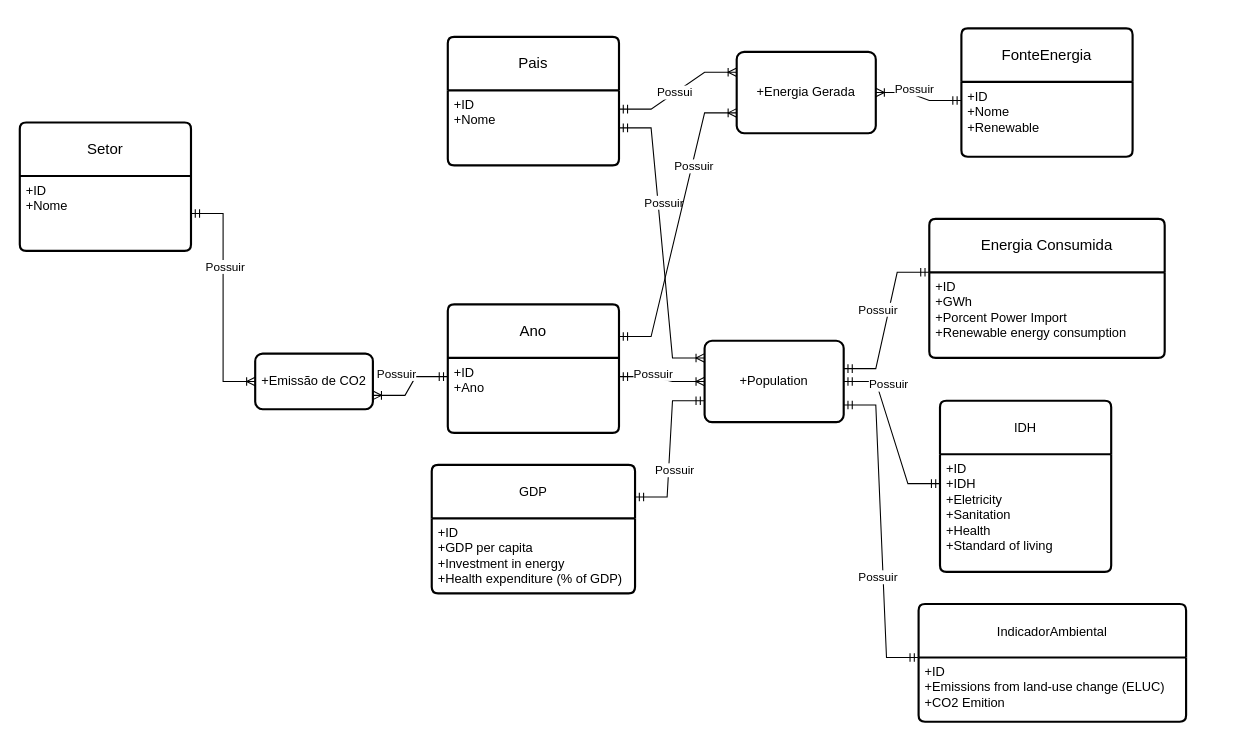
Before: Modelos/modeloConceitual.drawio.xml in AnaBeatrizHidalgo/First-Database-, a draw.io diagram. Source tidied: cells renumbered, new cells numbered last; positions are measured from the earlier drawing's top-left corner, leaving out a move shared by most shapes. Both pictures are drawn from the tidied source at 107%, with x=0, y=0 at pixel (-45, 18).
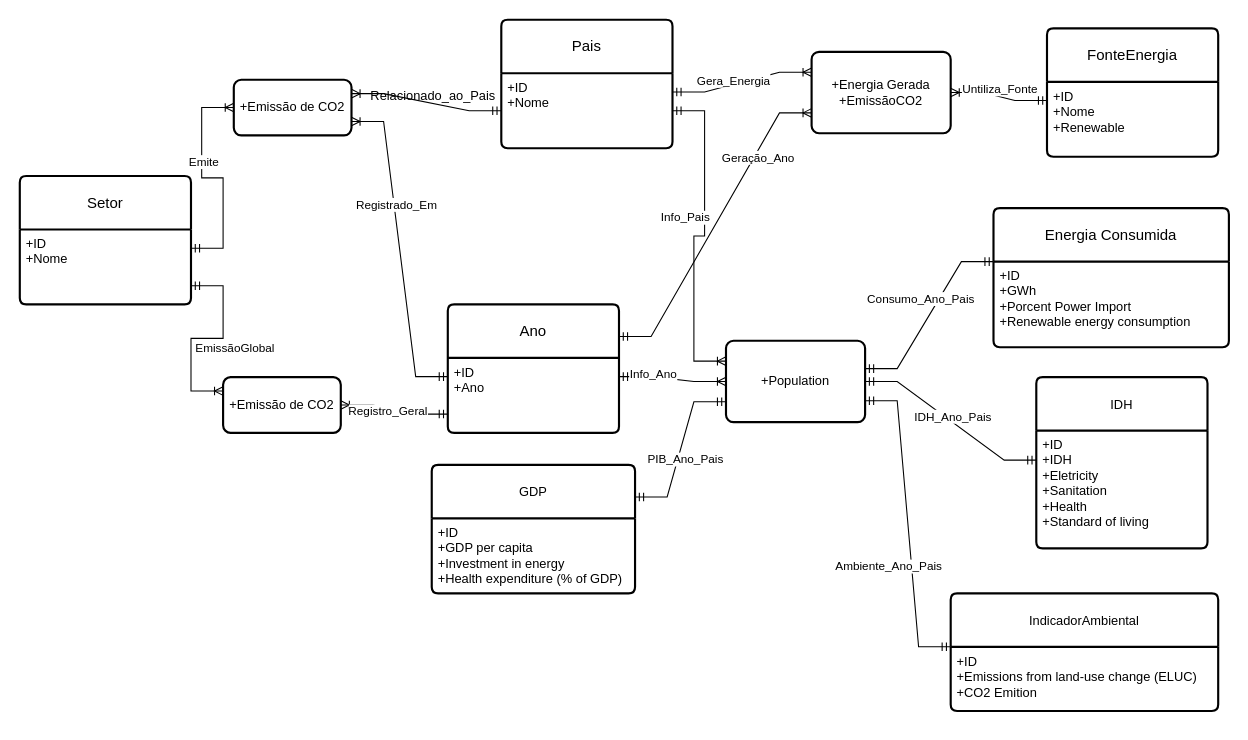
The same diagram, later.

Unchanged cells that the change refers to:
```xml
<mxCell id="3" value="+ID&lt;br&gt;+Nome" style="align=left;strokeColor=none;fillColor=none;spacingLeft=4;spacingRight=4;fontSize=12;verticalAlign=top;html=1;whiteSpace=wrap;" parent="2" vertex="1">
  <mxGeometry y="50" width="160" height="70" as="geometry" />
</mxCell>
<mxCell id="5" value="+ID&lt;br&gt;+Nome" style="align=left;strokeColor=none;fillColor=none;spacingLeft=4;spacingRight=4;fontSize=12;verticalAlign=top;html=1;whiteSpace=wrap;" parent="4" vertex="1">
  <mxGeometry y="50" width="160" height="70" as="geometry" />
</mxCell>
<mxCell id="7" value="+ID&lt;br&gt;+Ano" style="align=left;strokeColor=none;fillColor=none;spacingLeft=4;spacingRight=4;fontSize=12;verticalAlign=top;html=1;whiteSpace=wrap;" parent="6" vertex="1">
  <mxGeometry y="50" width="160" height="70" as="geometry" />
</mxCell>
<mxCell id="10" style="edgeStyle=entityRelationEdgeStyle;fontSize=12;html=1;endArrow=ERoneToMany;startArrow=ERmandOne;rounded=0;exitX=1;exitY=0.25;exitDx=0;exitDy=0;entryX=0;entryY=0.25;entryDx=0;entryDy=0;endFill=0;" parent="1" edge="1" source="5" target="40">
  <mxGeometry relative="1" as="geometry" />
</mxCell>
<mxCell id="13" value="+ID&lt;br&gt;+GWh&lt;div&gt;+Porcent Power Import&lt;/div&gt;&lt;div&gt;+Renewable energy consumption&lt;/div&gt;" style="align=left;strokeColor=none;fillColor=none;spacingLeft=4;spacingRight=4;fontSize=12;verticalAlign=top;html=1;whiteSpace=wrap;" parent="12" vertex="1">
  <mxGeometry y="50" width="220" height="80" as="geometry" />
</mxCell>
<mxCell id="15" value="+ID&lt;br&gt;+Emissions from land-use change (ELUC)&lt;div&gt;&lt;span style=&quot;background-color: transparent; color: light-dark(rgb(0, 0, 0), rgb(255, 255, 255));&quot;&gt;+CO2 Emition&lt;/span&gt;&lt;/div&gt;" style="align=left;strokeColor=none;fillColor=none;spacingLeft=4;spacingRight=4;fontSize=12;verticalAlign=top;html=1;whiteSpace=wrap;" parent="14" vertex="1">
  <mxGeometry y="50" width="250" height="60" as="geometry" />
</mxCell>
<mxCell id="16" value="&lt;div style=&quot;text-align: left;&quot;&gt;&lt;span style=&quot;background-color: transparent; color: light-dark(rgb(0, 0, 0), rgb(255, 255, 255)); font-size: 12px;&quot;&gt;GDP&lt;/span&gt;&lt;/div&gt;" style="swimlane;horizontal=1;startSize=50;rounded=1;fontSize=14;fontStyle=0;strokeWidth=2;shadow=0;dashed=0;align=center;arcSize=4;whiteSpace=wrap;html=1;" parent="1" vertex="1">
  <mxGeometry x="445" y="417" width="190" height="120" as="geometry" />
</mxCell>
<mxCell id="22" style="edgeStyle=entityRelationEdgeStyle;fontSize=12;html=1;endArrow=ERoneToMany;startArrow=ERmandOne;rounded=0;entryX=1;entryY=0.75;entryDx=0;entryDy=0;exitX=0;exitY=0.25;exitDx=0;exitDy=0;" parent="1" edge="1" source="7" target="20">
  <mxGeometry relative="1" as="geometry">
    <Array as="points">
      <mxPoint x="70" y="559" />
      <mxPoint x="390" y="511" />
      <mxPoint x="340" y="401" />
    </Array>
  </mxGeometry>
</mxCell>
<mxCell id="38" style="edgeStyle=entityRelationEdgeStyle;fontSize=12;html=1;endArrow=ERoneToMany;startArrow=ERmandOne;rounded=0;exitX=1;exitY=0.25;exitDx=0;exitDy=0;entryX=0;entryY=0.75;entryDx=0;entryDy=0;" parent="1" edge="1" source="6" target="40">
  <mxGeometry relative="1" as="geometry">
    <Array as="points">
      <mxPoint x="415" y="570" />
    </Array>
  </mxGeometry>
</mxCell>
```

What changed in the source:
```diff
@@
     <mxCell id="2" value="Setor" style="swimlane;horizontal=1;startSize=50;rounded=1;fontSize=14;fontStyle=0;strokeWidth=2;shadow=0;dashed=0;align=center;arcSize=4;whiteSpace=wrap;html=1;" parent="1" vertex="1">
-      <mxGeometry x="60" y="97" width="160" height="120" as="geometry" />
+      <mxGeometry x="60" y="147" width="160" height="120" as="geometry" />
     </mxCell>
@@
     <mxCell id="4" value="Pais" style="swimlane;horizontal=1;startSize=50;rounded=1;fontSize=14;fontStyle=0;strokeWidth=2;shadow=0;dashed=0;align=center;arcSize=4;whiteSpace=wrap;html=1;" parent="1" vertex="1">
-      <mxGeometry x="460" y="17" width="160" height="120" as="geometry" />
+      <mxGeometry x="510" y="1" width="160" height="120" as="geometry" />
     </mxCell>
@@
     <mxCell id="8" value="FonteEnergia" style="swimlane;horizontal=1;startSize=50;rounded=1;fontSize=14;fontStyle=0;strokeWidth=2;shadow=0;dashed=0;align=center;arcSize=4;whiteSpace=wrap;html=1;" parent="1" vertex="1">
-      <mxGeometry x="940" y="9" width="160" height="120" as="geometry" />
+      <mxGeometry x="1020" y="9" width="160" height="120" as="geometry" />
     </mxCell>
@@
-    <mxCell id="11" value="Possui" style="edgeLabel;html=1;align=center;verticalAlign=middle;" parent="10" vertex="1">
-      <mxGeometry x="-0.08" relative="1" as="geometry">
-        <mxPoint y="-1" as="offset" />
-      </mxGeometry>
-    </mxCell>
+    <mxCell id="43" value="Gera_Energia" style="edgeLabel;html=1;align=center;verticalAlign=middle;" parent="10" vertex="1">
+      <mxGeometry x="-0.13" y="4" relative="1" as="geometry" />
+    </mxCell>
     <mxCell id="12" value="Energia Consumida" style="swimlane;horizontal=1;startSize=50;rounded=1;fontSize=14;fontStyle=0;strokeWidth=2;shadow=0;dashed=0;align=center;arcSize=4;whiteSpace=wrap;html=1;" parent="1" vertex="1">
-      <mxGeometry x="910" y="187" width="220" height="130" as="geometry" />
+      <mxGeometry x="970" y="177" width="220" height="130" as="geometry" />
     </mxCell>
@@
     <mxCell id="14" value="&lt;span style=&quot;font-size: 12px; text-align: left;&quot;&gt;IndicadorAmbiental&lt;/span&gt;" style="swimlane;horizontal=1;startSize=50;rounded=1;fontSize=14;fontStyle=0;strokeWidth=2;shadow=0;dashed=0;align=center;arcSize=4;whiteSpace=wrap;html=1;" parent="1" vertex="1">
-      <mxGeometry x="900" y="547" width="250" height="110" as="geometry" />
+      <mxGeometry x="930" y="537" width="250" height="110" as="geometry" />
     </mxCell>
@@
     <mxCell id="18" value="&lt;span style=&quot;font-size: 12px; text-align: left;&quot;&gt;IDH&lt;/span&gt;" style="swimlane;horizontal=1;startSize=50;rounded=1;fontSize=14;fontStyle=0;strokeWidth=2;shadow=0;dashed=0;align=center;arcSize=4;whiteSpace=wrap;html=1;" parent="1" vertex="1">
-      <mxGeometry x="920" y="357" width="160" height="160" as="geometry" />
+      <mxGeometry x="1010" y="335" width="160" height="160" as="geometry" />
     </mxCell>
@@
     <mxCell id="20" value="+Emissão de CO2" style="rounded=1;whiteSpace=wrap;html=1;absoluteArcSize=1;arcSize=14;strokeWidth=2;" parent="1" vertex="1">
-      <mxGeometry x="280" y="313" width="110" height="52" as="geometry" />
+      <mxGeometry x="260" y="57" width="110" height="52" as="geometry" />
     </mxCell>
-    <mxCell id="21" style="edgeStyle=entityRelationEdgeStyle;fontSize=12;html=1;endArrow=ERoneToMany;startArrow=ERmandOne;rounded=0;entryX=0;entryY=0.5;entryDx=0;entryDy=0;" parent="1" edge="1" source="3" target="20">
+    <mxCell id="21" style="edgeStyle=entityRelationEdgeStyle;fontSize=12;html=1;endArrow=ERoneToMany;startArrow=ERmandOne;rounded=0;entryX=0;entryY=0.5;entryDx=0;entryDy=0;exitX=1;exitY=0.25;exitDx=0;exitDy=0;" parent="1" edge="1" source="3" target="20">
       <mxGeometry relative="1" as="geometry">
         <Array as="points">
           <mxPoint y="435" />
         </Array>
       </mxGeometry>
     </mxCell>
@@
+    <mxCell id="44" value="Registrado_Em" style="edgeLabel;html=1;align=center;verticalAlign=middle;" parent="22" vertex="1">
+      <mxGeometry x="0.28" y="-2" relative="1" as="geometry" />
+    </mxCell>
     <mxCell id="23" value="+&lt;span style=&quot;text-align: left;&quot;&gt;Population&lt;/span&gt;" style="rounded=1;whiteSpace=wrap;html=1;absoluteArcSize=1;arcSize=14;strokeWidth=2;" parent="1" vertex="1">
-      <mxGeometry x="700" y="301" width="130" height="76" as="geometry" />
+      <mxGeometry x="720" y="301" width="130" height="76" as="geometry" />
     </mxCell>
-    <mxCell id="24" style="edgeStyle=entityRelationEdgeStyle;fontSize=12;html=1;endArrow=ERoneToMany;startArrow=ERmandOne;rounded=0;exitX=1;exitY=0.5;exitDx=0;exitDy=0;" parent="1" edge="1" source="5">
+    <mxCell id="24" style="edgeStyle=entityRelationEdgeStyle;fontSize=12;html=1;endArrow=ERoneToMany;startArrow=ERmandOne;rounded=0;exitX=1;exitY=0.5;exitDx=0;exitDy=0;entryX=0;entryY=0.25;entryDx=0;entryDy=0;" parent="1" edge="1" source="5" target="23">
       <mxGeometry relative="1" as="geometry">
-        <mxPoint x="700" y="317" as="targetPoint" />
         <Array as="points">
           <mxPoint x="400" y="323" />
           <mxPoint x="1050" y="55" />
         </Array>
       </mxGeometry>
     </mxCell>
@@
-    <mxCell id="26" style="edgeStyle=entityRelationEdgeStyle;fontSize=12;html=1;endArrow=ERmandOne;startArrow=ERmandOne;rounded=0;exitX=1;exitY=0.25;exitDx=0;exitDy=0;endFill=0;" parent="1" edge="1" source="16">
-      <mxGeometry relative="1" as="geometry">
-        <mxPoint x="700" y="357" as="targetPoint" />
-      </mxGeometry>
+    <mxCell id="26" style="edgeStyle=entityRelationEdgeStyle;fontSize=12;html=1;endArrow=ERmandOne;startArrow=ERmandOne;rounded=0;exitX=1;exitY=0.25;exitDx=0;exitDy=0;endFill=0;entryX=0;entryY=0.75;entryDx=0;entryDy=0;" parent="1" edge="1" source="16" target="23">
+      <mxGeometry relative="1" as="geometry" />
     </mxCell>
-    <mxCell id="27" style="edgeStyle=entityRelationEdgeStyle;fontSize=12;html=1;endArrow=ERmandOne;startArrow=ERmandOne;rounded=0;exitX=1;exitY=0.25;exitDx=0;exitDy=0;endFill=0;entryX=0;entryY=0;entryDx=0;entryDy=0;" parent="1" edge="1" target="13">
+    <mxCell id="27" style="edgeStyle=entityRelationEdgeStyle;fontSize=12;html=1;endArrow=ERmandOne;startArrow=ERmandOne;rounded=0;endFill=0;entryX=0;entryY=0;entryDx=0;entryDy=0;" parent="1" edge="1" target="13">
       <mxGeometry relative="1" as="geometry">
-        <mxPoint x="830" y="327" as="sourcePoint" />
+        <mxPoint x="850" y="327" as="sourcePoint" />
         <Array as="points">
           <mxPoint x="1050" y="157" />
           <mxPoint x="880" y="277" />
         </Array>
       </mxGeometry>
     </mxCell>
@@
     <mxCell id="29" style="edgeStyle=entityRelationEdgeStyle;fontSize=12;html=1;endArrow=ERmandOne;startArrow=ERmandOne;rounded=0;endFill=0;entryX=0;entryY=0;entryDx=0;entryDy=0;" parent="1" edge="1" target="15">
       <mxGeometry relative="1" as="geometry">
-        <mxPoint x="830" y="361" as="sourcePoint" />
+        <mxPoint x="850" y="357" as="sourcePoint" />
         <Array as="points">
           <mxPoint x="1050" y="205" />
           <mxPoint x="880" y="325" />
         </Array>
       </mxGeometry>
     </mxCell>
-    <mxCell id="30" value="Possuir" style="edgeLabel;html=1;align=center;verticalAlign=middle;" parent="1" vertex="1">
-      <mxGeometry x="290" y="167" as="geometry">
+    <mxCell id="30" value="Emite" style="edgeLabel;html=1;align=center;verticalAlign=middle;" parent="1" vertex="1">
+      <mxGeometry x="270" y="69" as="geometry">
         <mxPoint x="-39" y="64" as="offset" />
       </mxGeometry>
     </mxCell>
-    <mxCell id="31" value="Possuir" style="edgeLabel;html=1;align=center;verticalAlign=middle;" parent="1" vertex="1">
-      <mxGeometry x="450" y="267" as="geometry">
-        <mxPoint x="-39" y="64" as="offset" />
-      </mxGeometry>
-    </mxCell>
-    <mxCell id="32" value="Possuir" style="edgeLabel;html=1;align=center;verticalAlign=middle;" parent="1" vertex="1">
-      <mxGeometry x="710" y="357" as="geometry">
+    <mxCell id="32" value="PIB_Ano_Pais" style="edgeLabel;html=1;align=center;verticalAlign=middle;" parent="1" vertex="1">
+      <mxGeometry x="720" y="347" as="geometry">
         <mxPoint x="-39" y="64" as="offset" />
       </mxGeometry>
     </mxCell>
-    <mxCell id="33" value="Possuir" style="edgeLabel;html=1;align=center;verticalAlign=middle;" parent="1" vertex="1">
+    <mxCell id="33" value="Info_Ano" style="edgeLabel;html=1;align=center;verticalAlign=middle;" parent="1" vertex="1">
       <mxGeometry x="690" y="267" as="geometry">
         <mxPoint x="-39" y="64" as="offset" />
       </mxGeometry>
     </mxCell>
-    <mxCell id="34" value="Possuir" style="edgeLabel;html=1;align=center;verticalAlign=middle;" parent="1" vertex="1">
-      <mxGeometry x="700" y="107" as="geometry">
+    <mxCell id="34" value="Info_Pais" style="edgeLabel;html=1;align=center;verticalAlign=middle;" parent="1" vertex="1">
+      <mxGeometry x="720" y="121" as="geometry">
         <mxPoint x="-39" y="64" as="offset" />
       </mxGeometry>
     </mxCell>
-    <mxCell id="35" value="Possuir" style="edgeLabel;html=1;align=center;verticalAlign=middle;" parent="1" vertex="1">
-      <mxGeometry x="900" y="207" as="geometry">
+    <mxCell id="35" value="Consumo_Ano_Pais" style="edgeLabel;html=1;align=center;verticalAlign=middle;" parent="1" vertex="1">
+      <mxGeometry x="940" y="197" as="geometry">
         <mxPoint x="-39" y="64" as="offset" />
       </mxGeometry>
     </mxCell>
-    <mxCell id="36" value="Possuir" style="edgeLabel;html=1;align=center;verticalAlign=middle;" parent="1" vertex="1">
-      <mxGeometry x="900" y="457" as="geometry">
+    <mxCell id="36" value="Ambiente_Ano_Pais" style="edgeLabel;html=1;align=center;verticalAlign=middle;" parent="1" vertex="1">
+      <mxGeometry x="910" y="447" as="geometry">
         <mxPoint x="-39" y="64" as="offset" />
       </mxGeometry>
     </mxCell>
-    <mxCell id="37" value="Possuir" style="edgeLabel;html=1;align=center;verticalAlign=middle;" parent="1" vertex="1">
-      <mxGeometry x="910" y="277" as="geometry">
+    <mxCell id="37" value="IDH_Ano_Pais" style="edgeLabel;html=1;align=center;verticalAlign=middle;" parent="1" vertex="1">
+      <mxGeometry x="970" y="307" as="geometry">
         <mxPoint x="-39" y="64" as="offset" />
       </mxGeometry>
     </mxCell>
@@
-    <mxCell id="39" value="Possuir" style="edgeLabel;html=1;align=center;verticalAlign=middle;" parent="38" vertex="1">
+    <mxCell id="39" value="Geração_Ano" style="edgeLabel;html=1;align=center;verticalAlign=middle;" parent="38" vertex="1">
       <mxGeometry x="-0.04" y="-1" relative="1" as="geometry">
-        <mxPoint x="15" y="-61" as="offset" />
+        <mxPoint x="42" y="-69" as="offset" />
       </mxGeometry>
     </mxCell>
-    <mxCell id="40" value="+Energia Gerada" style="rounded=1;whiteSpace=wrap;html=1;absoluteArcSize=1;arcSize=14;strokeWidth=2;" parent="1" vertex="1">
-      <mxGeometry x="730" y="31" width="130" height="76" as="geometry" />
+    <mxCell id="40" value="+Energia Gerada&lt;div&gt;+EmissãoCO2&lt;/div&gt;" style="rounded=1;whiteSpace=wrap;html=1;absoluteArcSize=1;arcSize=14;strokeWidth=2;" parent="1" vertex="1">
+      <mxGeometry x="800" y="31" width="130" height="76" as="geometry" />
     </mxCell>
@@
-    <mxCell id="42" value="Possuir" style="edgeLabel;html=1;align=center;verticalAlign=middle;" parent="1" vertex="1">
-      <mxGeometry x="740" y="69" as="geometry">
+    <mxCell id="42" value="Untiliza_Fonte" style="edgeLabel;html=1;align=center;verticalAlign=middle;" parent="1" vertex="1">
+      <mxGeometry x="820" y="69" as="geometry">
         <mxPoint x="155" y="-4" as="offset" />
       </mxGeometry>
     </mxCell>
+    <mxCell id="45" style="edgeStyle=entityRelationEdgeStyle;fontSize=12;html=1;endArrow=ERoneToMany;startArrow=ERmandOne;rounded=0;entryX=1;entryY=0.25;entryDx=0;entryDy=0;exitX=0;exitY=0.5;exitDx=0;exitDy=0;" parent="1" edge="1" source="5" target="20">
+      <mxGeometry relative="1" as="geometry">
+        <Array as="points">
+          <mxPoint x="25" y="411" />
+          <mxPoint x="345" y="363" />
+          <mxPoint x="295" y="253" />
+        </Array>
+      </mxGeometry>
+    </mxCell>
+    <mxCell id="46" value="&lt;span style=&quot;font-size: 12px;&quot;&gt;Relacionado_ao_Pais&lt;/span&gt;" style="edgeLabel;html=1;align=center;verticalAlign=middle;labelBackgroundColor=none;" parent="45" vertex="1">
+      <mxGeometry x="0.29" y="-3" relative="1" as="geometry">
+        <mxPoint x="25" as="offset" />
+      </mxGeometry>
+    </mxCell>
+    <mxCell id="47" value="+Emissão de CO2" style="rounded=1;whiteSpace=wrap;html=1;absoluteArcSize=1;arcSize=14;strokeWidth=2;" parent="1" vertex="1">
+      <mxGeometry x="250" y="335" width="110" height="52" as="geometry" />
+    </mxCell>
+    <mxCell id="48" style="edgeStyle=entityRelationEdgeStyle;fontSize=12;html=1;endArrow=ERoneToMany;startArrow=ERmandOne;rounded=0;entryX=0;entryY=0.25;entryDx=0;entryDy=0;exitX=1;exitY=0.75;exitDx=0;exitDy=0;" parent="1" edge="1" source="3" target="47">
+      <mxGeometry relative="1" as="geometry">
+        <Array as="points">
+          <mxPoint y="461" />
+          <mxPoint x="-40" y="19" />
+        </Array>
+      </mxGeometry>
+    </mxCell>
+    <mxCell id="49" value="EmissãoGlobal" style="edgeLabel;html=1;align=center;verticalAlign=middle;" parent="48" vertex="1">
+      <mxGeometry x="-0.26" y="3" relative="1" as="geometry">
+        <mxPoint x="7" y="18" as="offset" />
+      </mxGeometry>
+    </mxCell>
+    <mxCell id="50" style="edgeStyle=entityRelationEdgeStyle;fontSize=12;html=1;endArrow=ERoneToMany;startArrow=ERmandOne;rounded=0;entryX=1;entryY=0.5;entryDx=0;entryDy=0;exitX=0;exitY=0.75;exitDx=0;exitDy=0;" parent="1" edge="1" source="7" target="47">
+      <mxGeometry relative="1" as="geometry">
+        <Array as="points">
+          <mxPoint x="50" y="730" />
+          <mxPoint x="370" y="682" />
+          <mxPoint x="320" y="572" />
+        </Array>
+      </mxGeometry>
+    </mxCell>
+    <mxCell id="51" value="Registro_Geral" style="edgeLabel;html=1;align=center;verticalAlign=middle;" parent="50" vertex="1">
+      <mxGeometry x="0.33" y="-1" relative="1" as="geometry">
+        <mxPoint x="9" y="6" as="offset" />
+      </mxGeometry>
+    </mxCell>
```
